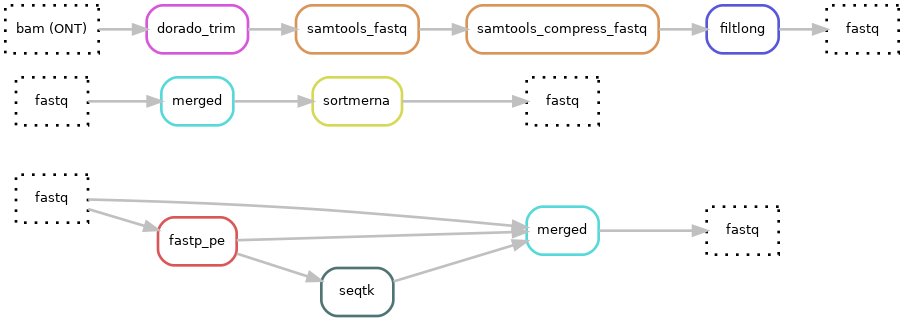
Before: docs/images/all.png, a diagram exported from Graphviz (hydra-genetics/prealignment). Its source is kept beside it as docs/images/all.dot.
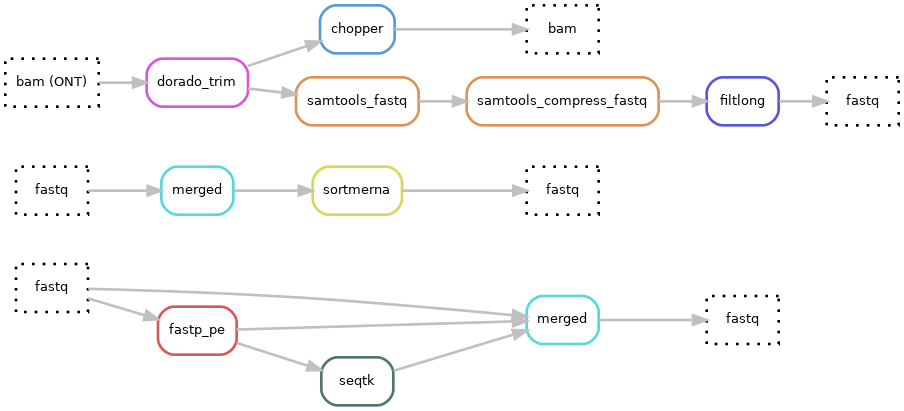
The same file after the commit.

Commit message:
feat: add chopper rule to filter dorado-trimmed ONT ubam files

Diff of the diagram source:
```diff
@@ -14,6 +14,8 @@
 	3[label = "sortmerna", color = "0.17 0.6 0.85", style="rounded"];
 	30[label = "bam (ONT)", color = "0.0 0.0 0.0", style="dotted"];
 	31[label = "fastq", color = "0.0 0.0 0.0", style="dotted"];
+	9[label = "chopper", color = "0.58 0.6 0.85", style="rounded"];
+	32[label = "bam", color = "0.0 0.0 0.0", style="dotted"];
 	6[label = "dorado_trim", color = "0.83 0.6 0.85", style="rounded"];
 	7[label = "samtools_fastq", color = "0.08 0.6 0.85", style="rounded"];
 	8[label = "samtools_compress_fastq", color = "0.08 0.6 0.85", style="rounded"];
@@ -29,6 +31,8 @@
 	3 -> 11
 	30 -> 6
 	6 -> 7
+	6 -> 9
+	9 -> 32
 	7 -> 8
 	8 -> 5
 	5 -> 31
```
